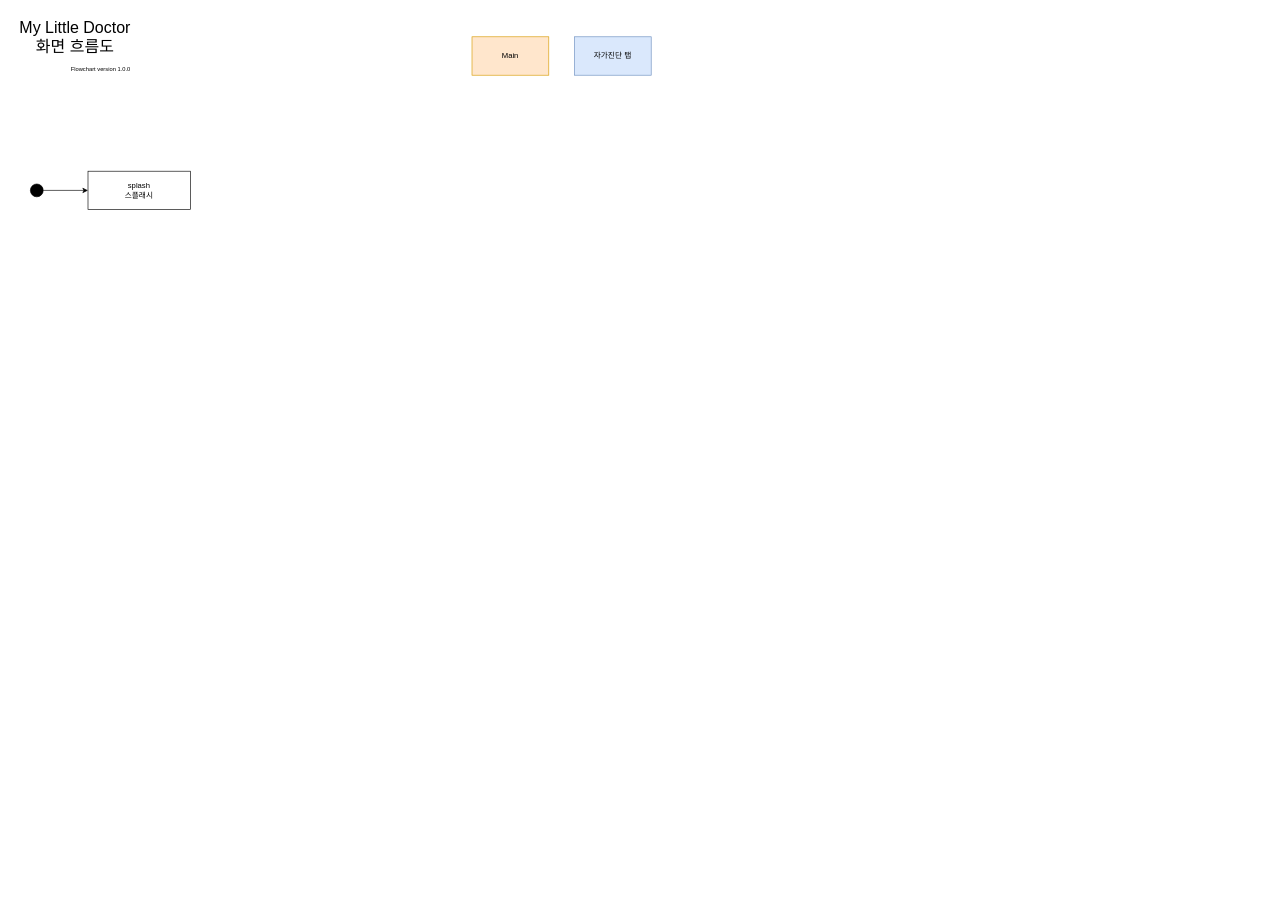
Above: Untitled Diagram.drawio.xml in Hamiric/MLD (draw.io), before the change. Source tidied: cells renumbered, new cells numbered last; positions are measured from the earlier drawing's top-left corner, leaving out a move shared by most shapes. Both pictures are drawn from the tidied source at 64%, with x=0, y=0 at pixel (11, 11).
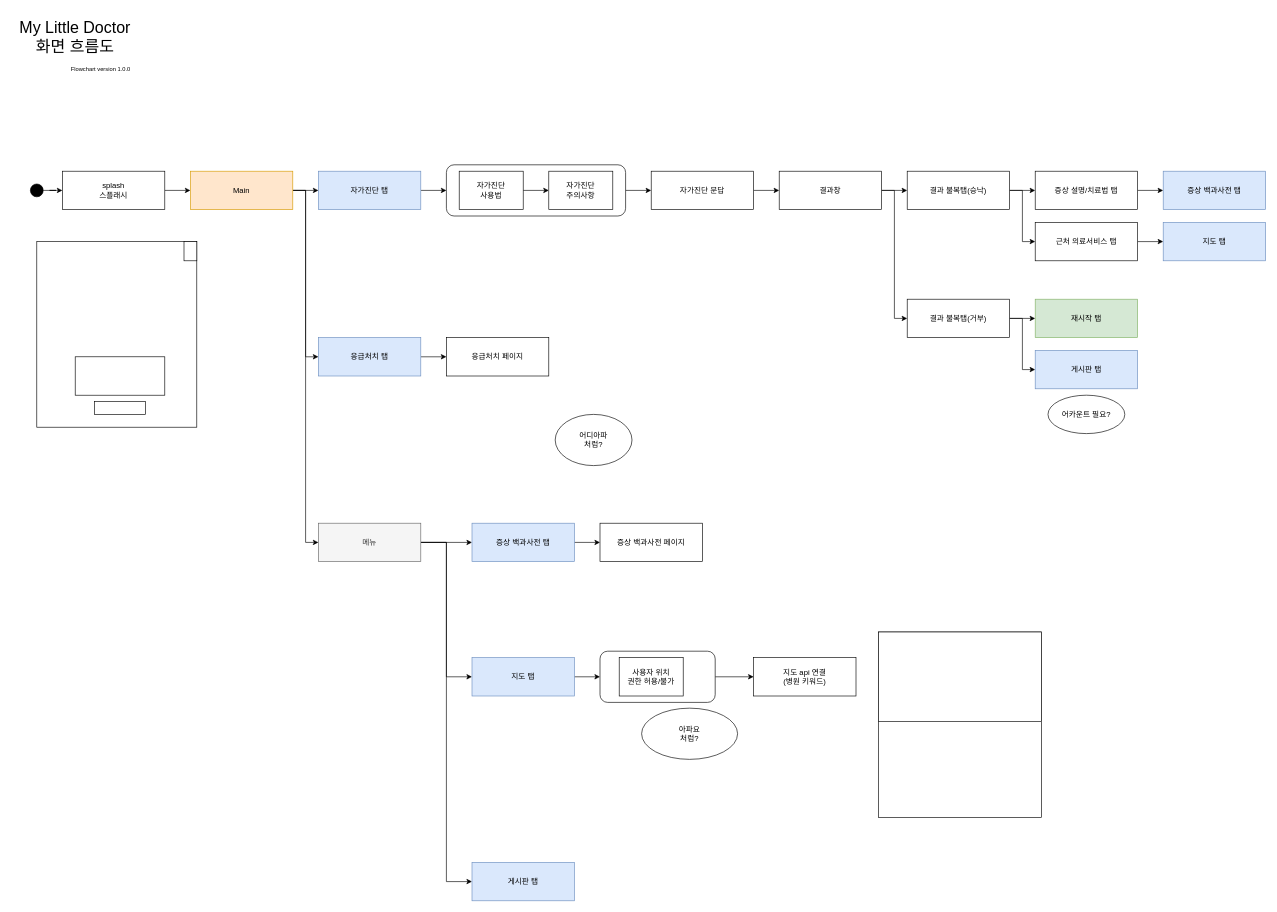
The same diagram, later.

Change to the diagram source:
```diff
@@
+    <mxCell id="9" style="edgeStyle=orthogonalEdgeStyle;rounded=0;jettySize=auto;html=1;" parent="1" edge="1" source="4" target="7">
+      <mxGeometry relative="1" as="geometry" />
+    </mxCell>
     <mxCell id="4" value="splash&lt;br&gt;스플래시" style="rounded=0;whiteSpace=wrap;html=1;fillColor=#FFFFFF;" parent="1" vertex="1">
-      <mxGeometry x="120" y="250" width="160" height="60" as="geometry" />
+      <mxGeometry x="80" y="250" width="160" height="60" as="geometry" />
     </mxCell>
@@
+    <mxCell id="10" style="edgeStyle=orthogonalEdgeStyle;rounded=0;jettySize=auto;html=1;entryX=0;entryY=0.5;entryDx=0;entryDy=0;" parent="1" edge="1" source="7" target="8">
+      <mxGeometry relative="1" as="geometry" />
+    </mxCell>
+    <mxCell id="11" style="edgeStyle=orthogonalEdgeStyle;rounded=0;jettySize=auto;html=1;entryX=0;entryY=0.5;entryDx=0;entryDy=0;" parent="1" edge="1" source="7" target="17">
+      <mxGeometry relative="1" as="geometry" />
+    </mxCell>
+    <mxCell id="12" style="edgeStyle=orthogonalEdgeStyle;rounded=0;jettySize=auto;html=1;entryX=0;entryY=0.5;entryDx=0;entryDy=0;" parent="1" edge="1" source="7" target="22">
+      <mxGeometry relative="1" as="geometry" />
+    </mxCell>
     <mxCell id="7" value="Main" style="rounded=0;whiteSpace=wrap;html=1;fillColor=#ffe6cc;strokeColor=#d79b00;" parent="1" vertex="1">
-      <mxGeometry x="720" y="40" width="120" height="60" as="geometry" />
+      <mxGeometry x="280" y="250" width="160" height="60" as="geometry" />
     </mxCell>
+    <mxCell id="13" style="edgeStyle=orthogonalEdgeStyle;rounded=0;jettySize=auto;html=1;entryX=0;entryY=0.5;entryDx=0;entryDy=0;" parent="1" edge="1" source="8" target="26">
+      <mxGeometry relative="1" as="geometry" />
+    </mxCell>
     <mxCell id="8" value="자가진단 탭" style="rounded=0;whiteSpace=wrap;html=1;fillColor=#dae8fc;strokeColor=#6c8ebf;" parent="1" vertex="1">
-      <mxGeometry x="880" y="40" width="120" height="60" as="geometry" />
+      <mxGeometry x="480" y="250" width="160" height="60" as="geometry" />
     </mxCell>
+    <mxCell id="14" style="edgeStyle=orthogonalEdgeStyle;rounded=0;jettySize=auto;html=1;entryX=0;entryY=0.5;entryDx=0;entryDy=0;" parent="1" edge="1" source="17" target="24">
+      <mxGeometry relative="1" as="geometry" />
+    </mxCell>
+    <mxCell id="15" style="edgeStyle=orthogonalEdgeStyle;rounded=0;jettySize=auto;html=1;entryX=0;entryY=0.5;entryDx=0;entryDy=0;" parent="1" edge="1" source="17" target="49">
+      <mxGeometry relative="1" as="geometry" />
+    </mxCell>
+    <mxCell id="16" style="edgeStyle=orthogonalEdgeStyle;rounded=0;jettySize=auto;html=1;entryX=0;entryY=0.5;entryDx=0;entryDy=0;" parent="1" edge="1" source="17" target="52">
+      <mxGeometry relative="1" as="geometry" />
+    </mxCell>
+    <mxCell id="17" value="메뉴" style="rounded=0;whiteSpace=wrap;html=1;fillColor=#f5f5f5;strokeColor=#666666;fontColor=#333333;" parent="1" vertex="1">
+      <mxGeometry x="480" y="800" width="160" height="60" as="geometry" />
+    </mxCell>
+    <mxCell id="18" style="rounded=0;whiteSpace=wrap;html=1;" parent="1" vertex="1">
+      <mxGeometry x="40" y="360" width="250" height="290" as="geometry" />
+    </mxCell>
+    <mxCell id="19" style="rounded=0;whiteSpace=wrap;html=1;" parent="1" vertex="1">
+      <mxGeometry x="100" y="540" width="140" height="60" as="geometry" />
+    </mxCell>
+    <mxCell id="20" style="rounded=0;whiteSpace=wrap;html=1;" parent="1" vertex="1">
+      <mxGeometry x="270" y="360" width="20" height="30" as="geometry" />
+    </mxCell>
+    <mxCell id="21" style="edgeStyle=orthogonalEdgeStyle;rounded=0;jettySize=auto;html=1;entryX=0;entryY=0.5;entryDx=0;entryDy=0;" parent="1" edge="1" source="22" target="54">
+      <mxGeometry relative="1" as="geometry" />
+    </mxCell>
+    <mxCell id="22" value="응급처치 탭" style="rounded=0;whiteSpace=wrap;html=1;fillColor=#dae8fc;strokeColor=#6c8ebf;" parent="1" vertex="1">
+      <mxGeometry x="480" y="510" width="160" height="60" as="geometry" />
+    </mxCell>
+    <mxCell id="23" style="edgeStyle=orthogonalEdgeStyle;rounded=0;jettySize=auto;html=1;entryX=0;entryY=0.5;entryDx=0;entryDy=0;" parent="1" edge="1" source="24" target="58">
+      <mxGeometry relative="1" as="geometry" />
+    </mxCell>
+    <mxCell id="24" value="지도 탭" style="rounded=0;whiteSpace=wrap;html=1;fillColor=#dae8fc;strokeColor=#6c8ebf;" parent="1" vertex="1">
+      <mxGeometry x="720" y="1010" width="160" height="60" as="geometry" />
+    </mxCell>
+    <mxCell id="25" style="edgeStyle=orthogonalEdgeStyle;rounded=0;jettySize=auto;html=1;entryX=0;entryY=0.5;entryDx=0;entryDy=0;" parent="1" edge="1" source="26" target="31">
+      <mxGeometry relative="1" as="geometry" />
+    </mxCell>
+    <mxCell id="26" style="rounded=1;whiteSpace=wrap;html=1;" parent="1" vertex="1">
+      <mxGeometry x="680" y="240" width="280" height="80" as="geometry" />
+    </mxCell>
+    <mxCell id="27" style="edgeStyle=orthogonalEdgeStyle;rounded=0;jettySize=auto;html=1;exitX=1;exitY=0.5;exitDx=0;exitDy=0;entryX=0;entryY=0.5;entryDx=0;entryDy=0;" parent="1" edge="1" source="28" target="29">
+      <mxGeometry relative="1" as="geometry" />
+    </mxCell>
+    <mxCell id="28" value="자가진단&lt;br&gt;사용법" style="rounded=0;whiteSpace=wrap;html=1;" parent="1" vertex="1">
+      <mxGeometry x="700" y="250" width="100" height="60" as="geometry" />
+    </mxCell>
+    <mxCell id="29" value="자가진단&lt;br&gt;주의사항" style="rounded=0;whiteSpace=wrap;html=1;" parent="1" vertex="1">
+      <mxGeometry x="840" y="250" width="100" height="60" as="geometry" />
+    </mxCell>
+    <mxCell id="30" style="edgeStyle=orthogonalEdgeStyle;rounded=0;jettySize=auto;html=1;entryX=0;entryY=0.5;entryDx=0;entryDy=0;" parent="1" edge="1" source="31" target="34">
+      <mxGeometry relative="1" as="geometry" />
+    </mxCell>
+    <mxCell id="31" value="자가진단 문답" style="rounded=0;whiteSpace=wrap;html=1;fillColor=#FFFFFF;" parent="1" vertex="1">
+      <mxGeometry x="1000" y="250" width="160" height="60" as="geometry" />
+    </mxCell>
+    <mxCell id="32" style="edgeStyle=orthogonalEdgeStyle;rounded=0;jettySize=auto;html=1;entryX=0;entryY=0.5;entryDx=0;entryDy=0;" parent="1" edge="1" source="34" target="42">
+      <mxGeometry relative="1" as="geometry" />
+    </mxCell>
+    <mxCell id="33" style="edgeStyle=orthogonalEdgeStyle;rounded=0;jettySize=auto;html=1;entryX=0;entryY=0.5;entryDx=0;entryDy=0;" parent="1" edge="1" source="34" target="45">
+      <mxGeometry relative="1" as="geometry" />
+    </mxCell>
+    <mxCell id="34" value="결과창" style="rounded=0;whiteSpace=wrap;html=1;fillColor=#FFFFFF;" parent="1" vertex="1">
+      <mxGeometry x="1200" y="250" width="160" height="60" as="geometry" />
+    </mxCell>
+    <mxCell id="35" style="rounded=0;whiteSpace=wrap;html=1;" parent="1" vertex="1">
+      <mxGeometry x="130" y="610" width="80" height="20" as="geometry" />
+    </mxCell>
+    <mxCell id="36" style="edgeStyle=orthogonalEdgeStyle;rounded=0;jettySize=auto;html=1;entryX=0;entryY=0.5;entryDx=0;entryDy=0;" parent="1" edge="1" source="37" target="50">
+      <mxGeometry relative="1" as="geometry" />
+    </mxCell>
+    <mxCell id="37" value="증상 설명/치료법 탭" style="rounded=0;whiteSpace=wrap;html=1;fillColor=#FFFFFF;" parent="1" vertex="1">
+      <mxGeometry x="1600" y="250" width="160" height="60" as="geometry" />
+    </mxCell>
+    <mxCell id="38" style="edgeStyle=orthogonalEdgeStyle;rounded=0;jettySize=auto;html=1;entryX=0;entryY=0.5;entryDx=0;entryDy=0;" parent="1" edge="1" source="39" target="47">
+      <mxGeometry relative="1" as="geometry" />
+    </mxCell>
+    <mxCell id="39" value="근처 의료서비스 탭" style="rounded=0;whiteSpace=wrap;html=1;fillColor=#FFFFFF;" parent="1" vertex="1">
+      <mxGeometry x="1600" y="330" width="160" height="60" as="geometry" />
+    </mxCell>
+    <mxCell id="40" style="edgeStyle=orthogonalEdgeStyle;rounded=0;jettySize=auto;html=1;entryX=0;entryY=0.5;entryDx=0;entryDy=0;" parent="1" edge="1" source="42" target="37">
+      <mxGeometry relative="1" as="geometry" />
+    </mxCell>
+    <mxCell id="41" style="edgeStyle=orthogonalEdgeStyle;rounded=0;jettySize=auto;html=1;entryX=0;entryY=0.5;entryDx=0;entryDy=0;" parent="1" edge="1" source="42" target="39">
+      <mxGeometry relative="1" as="geometry" />
+    </mxCell>
+    <mxCell id="42" value="결과 불복탭(승낙)" style="rounded=0;whiteSpace=wrap;html=1;fillColor=#FFFFFF;" parent="1" vertex="1">
+      <mxGeometry x="1400" y="250" width="160" height="60" as="geometry" />
+    </mxCell>
+    <mxCell id="43" style="edgeStyle=orthogonalEdgeStyle;rounded=0;jettySize=auto;html=1;entryX=0;entryY=0.5;entryDx=0;entryDy=0;" parent="1" edge="1" source="45" target="46">
+      <mxGeometry relative="1" as="geometry" />
+    </mxCell>
+    <mxCell id="44" style="edgeStyle=orthogonalEdgeStyle;rounded=0;jettySize=auto;html=1;entryX=0;entryY=0.5;entryDx=0;entryDy=0;" parent="1" edge="1" source="45" target="51">
+      <mxGeometry relative="1" as="geometry" />
+    </mxCell>
+    <mxCell id="45" value="결과 불복탭(거부)" style="rounded=0;whiteSpace=wrap;html=1;fillColor=#FFFFFF;" parent="1" vertex="1">
+      <mxGeometry x="1400" y="450" width="160" height="60" as="geometry" />
+    </mxCell>
+    <mxCell id="46" value="재시작 탭" style="rounded=0;whiteSpace=wrap;html=1;fillColor=#d5e8d4;strokeColor=#82b366;" parent="1" vertex="1">
+      <mxGeometry x="1600" y="450" width="160" height="60" as="geometry" />
+    </mxCell>
+    <mxCell id="47" value="지도 탭" style="rounded=0;whiteSpace=wrap;html=1;fillColor=#dae8fc;strokeColor=#6c8ebf;" parent="1" vertex="1">
+      <mxGeometry x="1800" y="330" width="160" height="60" as="geometry" />
+    </mxCell>
+    <mxCell id="48" style="edgeStyle=orthogonalEdgeStyle;rounded=0;jettySize=auto;html=1;entryX=0;entryY=0.5;entryDx=0;entryDy=0;" parent="1" edge="1" source="49" target="55">
+      <mxGeometry relative="1" as="geometry" />
+    </mxCell>
+    <mxCell id="49" value="증상 백과사전 탭" style="rounded=0;whiteSpace=wrap;html=1;fillColor=#dae8fc;strokeColor=#6c8ebf;" parent="1" vertex="1">
+      <mxGeometry x="720" y="800" width="160" height="60" as="geometry" />
+    </mxCell>
+    <mxCell id="50" value="증상 백과사전 탭" style="rounded=0;whiteSpace=wrap;html=1;fillColor=#dae8fc;strokeColor=#6c8ebf;" parent="1" vertex="1">
+      <mxGeometry x="1800" y="250" width="160" height="60" as="geometry" />
+    </mxCell>
+    <mxCell id="51" value="게시판 탭" style="rounded=0;whiteSpace=wrap;html=1;fillColor=#dae8fc;strokeColor=#6c8ebf;" parent="1" vertex="1">
+      <mxGeometry x="1600" y="530" width="160" height="60" as="geometry" />
+    </mxCell>
+    <mxCell id="52" value="게시판 탭" style="rounded=0;whiteSpace=wrap;html=1;fillColor=#dae8fc;strokeColor=#6c8ebf;" parent="1" vertex="1">
+      <mxGeometry x="720" y="1330" width="160" height="60" as="geometry" />
+    </mxCell>
+    <mxCell id="53" value="어카운트 필요?" style="ellipse;whiteSpace=wrap;html=1;" parent="1" vertex="1">
+      <mxGeometry x="1620" y="600" width="120" height="60" as="geometry" />
+    </mxCell>
+    <mxCell id="54" value="응급처치 페이지" style="rounded=0;whiteSpace=wrap;html=1;fillColor=#FFFFFF;" parent="1" vertex="1">
+      <mxGeometry x="680" y="510" width="160" height="60" as="geometry" />
+    </mxCell>
+    <mxCell id="55" value="증상 백과사전 페이지" style="rounded=0;whiteSpace=wrap;html=1;fillColor=#FFFFFF;" parent="1" vertex="1">
+      <mxGeometry x="920" y="800" width="160" height="60" as="geometry" />
+    </mxCell>
+    <mxCell id="56" value="지도 api 연결&lt;br&gt;(병원 키워드)" style="rounded=0;whiteSpace=wrap;html=1;fillColor=#FFFFFF;" parent="1" vertex="1">
+      <mxGeometry x="1160" y="1010" width="160" height="60" as="geometry" />
+    </mxCell>
+    <mxCell id="57" style="edgeStyle=orthogonalEdgeStyle;rounded=0;jettySize=auto;html=1;" parent="1" edge="1" source="58" target="56">
+      <mxGeometry relative="1" as="geometry" />
+    </mxCell>
+    <mxCell id="58" style="rounded=1;whiteSpace=wrap;html=1;" parent="1" vertex="1">
+      <mxGeometry x="920" y="1000" width="180" height="80" as="geometry" />
+    </mxCell>
+    <mxCell id="59" value="사용자 위치&lt;br&gt;권한 허용/불가" style="rounded=0;whiteSpace=wrap;html=1;" parent="1" vertex="1">
+      <mxGeometry x="950" y="1010" width="100" height="60" as="geometry" />
+    </mxCell>
+    <mxCell id="60" value="아파요&lt;br&gt;처럼?" style="ellipse;whiteSpace=wrap;html=1;" parent="1" vertex="1">
+      <mxGeometry x="985" y="1089" width="150" height="80" as="geometry" />
+    </mxCell>
+    <mxCell id="61" style="rounded=0;whiteSpace=wrap;html=1;" parent="1" vertex="1">
+      <mxGeometry x="1355" y="970" width="255" height="290" as="geometry" />
+    </mxCell>
+    <mxCell id="62" style="rounded=0;whiteSpace=wrap;html=1;" parent="1" vertex="1">
+      <mxGeometry x="1355" y="970" width="255" height="140" as="geometry" />
+    </mxCell>
+    <mxCell id="63" value="어디아파&lt;br&gt;처럼?" style="ellipse;whiteSpace=wrap;html=1;" parent="1" vertex="1">
+      <mxGeometry x="850" y="630" width="120" height="80" as="geometry" />
+    </mxCell>
```
